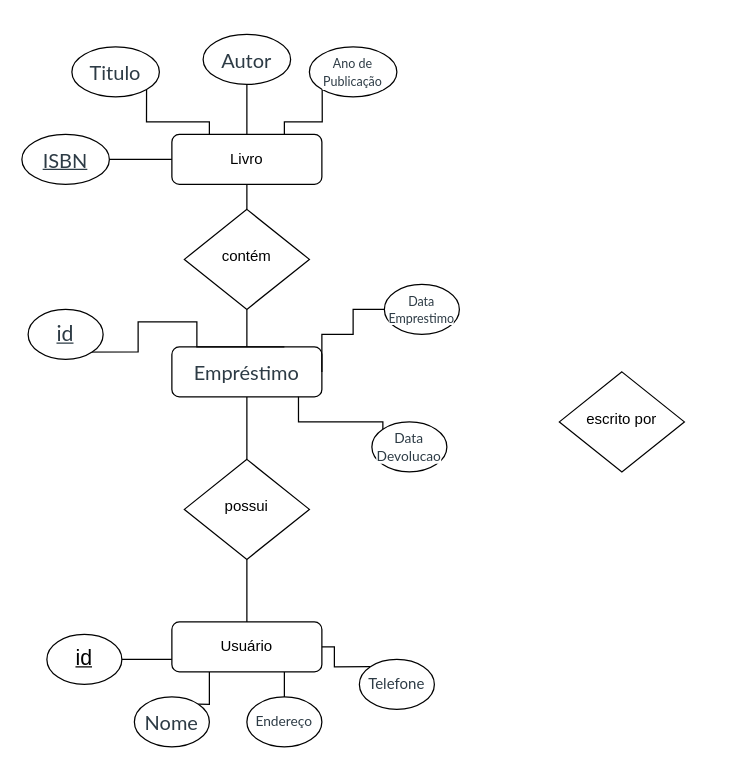
Above: Exercicio3BD.drawio in d0pp3lg4nger/diagrams (draw.io), before the change. Source tidied: cells renumbered, new cells numbered last; positions are measured from the earlier drawing's top-left corner, leaving out a move shared by most shapes. Both pictures are drawn from the tidied source at 125%, with x=0, y=0 at pixel (21, 34).
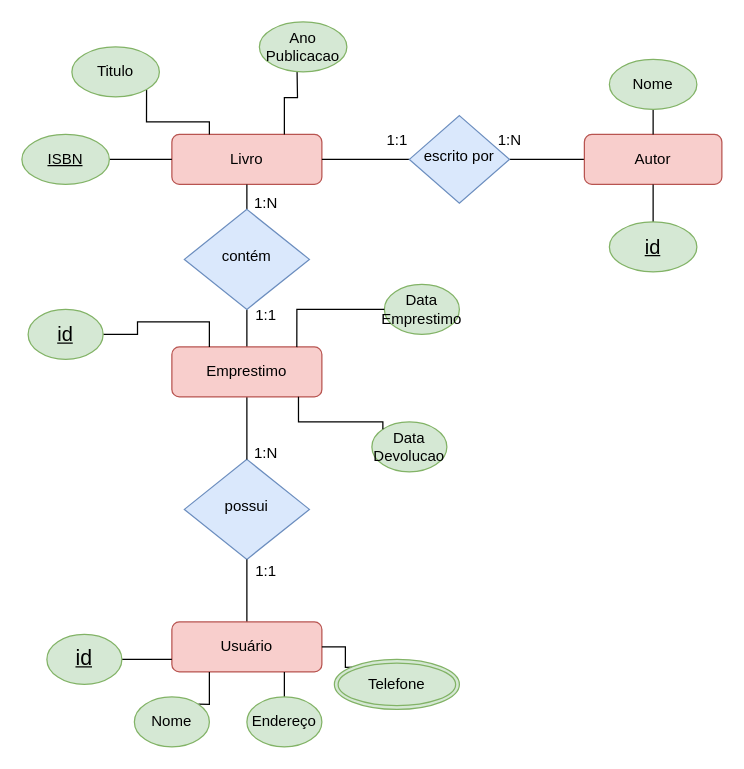
The same diagram, later.

The edit, as a diff of the source:
```diff
@@
-    <mxCell id="2" value="Livro" style="rounded=1;whiteSpace=wrap;html=1;fontSize=12;glass=0;strokeWidth=1;shadow=0;" parent="1" vertex="1">
+    <mxCell id="2" value="Livro" style="rounded=1;whiteSpace=wrap;html=1;fontSize=12;glass=0;strokeWidth=1;shadow=0;fillColor=#f8cecc;strokeColor=#b85450;" parent="1" vertex="1">
       <mxGeometry x="120" y="80" width="120" height="40" as="geometry" />
     </mxCell>
-    <mxCell id="3" value="possui" style="rhombus;whiteSpace=wrap;html=1;shadow=0;fontFamily=Helvetica;fontSize=12;align=center;strokeWidth=1;spacing=6;spacingTop=-4;" parent="1" vertex="1">
+    <mxCell id="3" value="possui" style="rhombus;whiteSpace=wrap;html=1;shadow=0;fontFamily=Helvetica;fontSize=12;align=center;strokeWidth=1;spacing=6;spacingTop=-4;fillColor=#dae8fc;strokeColor=#6c8ebf;" parent="1" vertex="1">
       <mxGeometry x="130" y="340" width="100" height="80" as="geometry" />
     </mxCell>
@@
-    <mxCell id="6" value="&lt;span style=&quot;color: rgb(45, 59, 69); font-family: &amp;quot;Lato Extended&amp;quot;, Lato, &amp;quot;Helvetica Neue&amp;quot;, Helvetica, Arial, sans-serif; font-size: 16px; text-align: start; background-color: rgb(255, 255, 255);&quot;&gt;Empréstimo&lt;/span&gt;" style="rounded=1;whiteSpace=wrap;html=1;fontSize=12;glass=0;strokeWidth=1;shadow=0;" parent="1" vertex="1">
+    <mxCell id="6" value="Emprestimo" style="rounded=1;whiteSpace=wrap;html=1;fontSize=12;glass=0;strokeWidth=1;shadow=0;fillColor=#f8cecc;strokeColor=#b85450;" parent="1" vertex="1">
       <mxGeometry x="120" y="250" width="120" height="40" as="geometry" />
     </mxCell>
@@
-    <mxCell id="8" value="contém" style="rhombus;whiteSpace=wrap;html=1;shadow=0;fontFamily=Helvetica;fontSize=12;align=center;strokeWidth=1;spacing=6;spacingTop=-4;" parent="1" vertex="1">
+    <mxCell id="8" value="contém" style="rhombus;whiteSpace=wrap;html=1;shadow=0;fontFamily=Helvetica;fontSize=12;align=center;strokeWidth=1;spacing=6;spacingTop=-4;fillColor=#dae8fc;strokeColor=#6c8ebf;" parent="1" vertex="1">
       <mxGeometry x="130" y="140" width="100" height="80" as="geometry" />
     </mxCell>
@@
-    <mxCell id="10" value="Usuário" style="rounded=1;whiteSpace=wrap;html=1;fontSize=12;glass=0;strokeWidth=1;shadow=0;" parent="1" vertex="1">
+    <mxCell id="10" value="Usuário" style="rounded=1;whiteSpace=wrap;html=1;fontSize=12;glass=0;strokeWidth=1;shadow=0;fillColor=#f8cecc;strokeColor=#b85450;" parent="1" vertex="1">
       <mxGeometry x="120" y="470" width="120" height="40" as="geometry" />
     </mxCell>
+    <mxCell id="34" style="edgeStyle=orthogonalEdgeStyle;rounded=0;jettySize=auto;html=1;entryX=0;entryY=0.5;entryDx=0;entryDy=0;endArrow=none;endFill=0;" parent="1" edge="1" source="11" target="19">
+      <mxGeometry relative="1" as="geometry" />
+    </mxCell>
+    <mxCell id="35" style="edgeStyle=orthogonalEdgeStyle;rounded=0;jettySize=auto;html=1;entryX=1;entryY=0.5;entryDx=0;entryDy=0;endArrow=none;endFill=0;" parent="1" edge="1" source="11" target="2">
+      <mxGeometry relative="1" as="geometry" />
+    </mxCell>
-    <mxCell id="11" value="escrito por" style="rhombus;whiteSpace=wrap;html=1;shadow=0;fontFamily=Helvetica;fontSize=12;align=center;strokeWidth=1;spacing=6;spacingTop=-4;" parent="1" vertex="1">
-      <mxGeometry x="430" y="270" width="100" height="80" as="geometry" />
+    <mxCell id="11" value="escrito por" style="rhombus;whiteSpace=wrap;html=1;shadow=0;fontFamily=Helvetica;fontSize=12;align=center;strokeWidth=1;spacing=6;spacingTop=-4;fillColor=#dae8fc;strokeColor=#6c8ebf;" parent="1" vertex="1">
+      <mxGeometry x="310" y="65" width="80" height="70" as="geometry" />
     </mxCell>
-    <mxCell id="12" style="edgeStyle=orthogonalEdgeStyle;rounded=0;jettySize=auto;html=1;exitX=0;exitY=1;exitDx=0;exitDy=0;entryX=0.75;entryY=0;entryDx=0;entryDy=0;endArrow=none;endFill=0;" parent="1" edge="1" source="13" target="2">
-      <mxGeometry relative="1" as="geometry" />
+    <mxCell id="12" style="edgeStyle=orthogonalEdgeStyle;rounded=0;jettySize=auto;html=1;entryX=0.75;entryY=0;entryDx=0;entryDy=0;endArrow=none;endFill=0;" parent="1" edge="1" target="2">
+      <mxGeometry relative="1" as="geometry">
+        <mxPoint x="220" y="20" as="sourcePoint" />
+      </mxGeometry>
     </mxCell>
-    <mxCell id="13" value="&lt;span style=&quot;color: rgb(45, 59, 69); font-family: &amp;quot;Lato Extended&amp;quot;, Lato, &amp;quot;Helvetica Neue&amp;quot;, Helvetica, Arial, sans-serif; text-align: start; background-color: rgb(255, 255, 255);&quot;&gt;&lt;font style=&quot;font-size: 10px;&quot;&gt;Ano de Publicação&lt;/font&gt;&lt;/span&gt;" style="ellipse;whiteSpace=wrap;html=1;" parent="1" vertex="1">
-      <mxGeometry x="230" y="10" width="70" height="40" as="geometry" />
+    <mxCell id="13" value="Ano&lt;div&gt;Publicacao&lt;/div&gt;" style="ellipse;whiteSpace=wrap;html=1;fillColor=#d5e8d4;strokeColor=#82b366;" parent="1" vertex="1">
+      <mxGeometry x="190" y="-10" width="70" height="40" as="geometry" />
     </mxCell>
@@
-    <mxCell id="15" value="&lt;span style=&quot;color: rgb(45, 59, 69); font-family: &amp;quot;Lato Extended&amp;quot;, Lato, &amp;quot;Helvetica Neue&amp;quot;, Helvetica, Arial, sans-serif; font-size: 16px; background-color: rgb(255, 255, 255);&quot;&gt;&lt;u&gt;ISBN&lt;/u&gt;&lt;/span&gt;" style="ellipse;whiteSpace=wrap;html=1;align=center;" parent="1" vertex="1">
+    <mxCell id="15" value="&lt;u&gt;ISBN&lt;/u&gt;" style="ellipse;whiteSpace=wrap;html=1;align=center;fillColor=#d5e8d4;strokeColor=#82b366;" parent="1" vertex="1">
       <mxGeometry y="80" width="70" height="40" as="geometry" />
     </mxCell>
@@
-    <mxCell id="17" value="&lt;span style=&quot;color: rgb(45, 59, 69); font-family: &amp;quot;Lato Extended&amp;quot;, Lato, &amp;quot;Helvetica Neue&amp;quot;, Helvetica, Arial, sans-serif; font-size: 16px; text-align: start; background-color: rgb(255, 255, 255);&quot;&gt;Titulo&lt;/span&gt;" style="ellipse;whiteSpace=wrap;html=1;" parent="1" vertex="1">
+    <mxCell id="17" value="Titulo" style="ellipse;whiteSpace=wrap;html=1;fillColor=#d5e8d4;strokeColor=#82b366;" parent="1" vertex="1">
       <mxGeometry x="40" y="10" width="70" height="40" as="geometry" />
     </mxCell>
-    <mxCell id="18" style="edgeStyle=orthogonalEdgeStyle;rounded=0;jettySize=auto;html=1;exitX=0.5;exitY=1;exitDx=0;exitDy=0;entryX=0.5;entryY=0;entryDx=0;entryDy=0;endArrow=none;endFill=0;" parent="1" edge="1" source="19" target="2">
-      <mxGeometry relative="1" as="geometry" />
-    </mxCell>
-    <mxCell id="19" value="&lt;span style=&quot;color: rgb(45, 59, 69); font-family: &amp;quot;Lato Extended&amp;quot;, Lato, &amp;quot;Helvetica Neue&amp;quot;, Helvetica, Arial, sans-serif; font-size: 16px; text-align: start; background-color: rgb(255, 255, 255);&quot;&gt;Autor&lt;/span&gt;" style="ellipse;whiteSpace=wrap;html=1;" parent="1" vertex="1">
-      <mxGeometry x="145" width="70" height="40" as="geometry" />
-    </mxCell>
@@
-    <mxCell id="21" value="&lt;u&gt;&lt;font style=&quot;font-size: 17px;&quot;&gt;id&lt;/font&gt;&lt;/u&gt;" style="ellipse;whiteSpace=wrap;html=1;" parent="1" vertex="1">
+    <mxCell id="21" value="&lt;u&gt;&lt;font style=&quot;font-size: 17px;&quot;&gt;id&lt;/font&gt;&lt;/u&gt;" style="ellipse;whiteSpace=wrap;html=1;fillColor=#d5e8d4;strokeColor=#82b366;" parent="1" vertex="1">
       <mxGeometry x="20" y="480" width="60" height="40" as="geometry" />
     </mxCell>
@@
-    <mxCell id="23" value="&lt;span style=&quot;color: rgb(45, 59, 69); font-family: &amp;quot;Lato Extended&amp;quot;, Lato, &amp;quot;Helvetica Neue&amp;quot;, Helvetica, Arial, sans-serif; font-size: 16px; text-align: start; background-color: rgb(255, 255, 255);&quot;&gt;Nome&lt;/span&gt;" style="ellipse;whiteSpace=wrap;html=1;" parent="1" vertex="1">
+    <mxCell id="23" value="Nome" style="ellipse;whiteSpace=wrap;html=1;fillColor=#d5e8d4;strokeColor=#82b366;" parent="1" vertex="1">
       <mxGeometry x="90" y="530" width="60" height="40" as="geometry" />
     </mxCell>
@@
-    <mxCell id="25" value="&lt;span style=&quot;color: rgb(45, 59, 69); font-family: &amp;quot;Lato Extended&amp;quot;, Lato, &amp;quot;Helvetica Neue&amp;quot;, Helvetica, Arial, sans-serif; text-align: start; background-color: rgb(255, 255, 255); font-size: 11px;&quot;&gt;Endereço&lt;/span&gt;" style="ellipse;whiteSpace=wrap;html=1;" parent="1" vertex="1">
+    <mxCell id="25" value="Endereço" style="ellipse;whiteSpace=wrap;html=1;fillColor=#d5e8d4;strokeColor=#82b366;" parent="1" vertex="1">
       <mxGeometry x="180" y="530" width="60" height="40" as="geometry" />
     </mxCell>
-    <mxCell id="26" style="edgeStyle=orthogonalEdgeStyle;rounded=0;jettySize=auto;html=1;exitX=0;exitY=0;exitDx=0;exitDy=0;entryX=1;entryY=0.5;entryDx=0;entryDy=0;endArrow=none;endFill=0;" parent="1" edge="1" source="27" target="10">
-      <mxGeometry relative="1" as="geometry" />
+    <mxCell id="26" style="edgeStyle=orthogonalEdgeStyle;rounded=0;jettySize=auto;html=1;exitX=0;exitY=0;exitDx=0;exitDy=0;entryX=1;entryY=0.5;entryDx=0;entryDy=0;endArrow=none;endFill=0;" parent="1" edge="1" target="10">
+      <mxGeometry relative="1" as="geometry">
+        <mxPoint x="278.8" y="505.9" as="sourcePoint" />
+      </mxGeometry>
     </mxCell>
-    <mxCell id="27" value="&lt;span style=&quot;color: rgb(45, 59, 69); font-family: &amp;quot;Lato Extended&amp;quot;, Lato, &amp;quot;Helvetica Neue&amp;quot;, Helvetica, Arial, sans-serif; text-align: start; background-color: rgb(255, 255, 255);&quot;&gt;Telefone&lt;/span&gt;" style="ellipse;whiteSpace=wrap;html=1;" parent="1" vertex="1">
-      <mxGeometry x="270" y="500" width="60" height="40" as="geometry" />
-    </mxCell>
-    <mxCell id="28" value="&lt;span style=&quot;color: rgb(45, 59, 69); font-family: &amp;quot;Lato Extended&amp;quot;, Lato, &amp;quot;Helvetica Neue&amp;quot;, Helvetica, Arial, sans-serif; text-align: start; background-color: rgb(255, 255, 255); font-size: 11px;&quot;&gt;&lt;font style=&quot;font-size: 11px;&quot;&gt;Data&lt;/font&gt;&lt;/span&gt;&lt;div style=&quot;font-size: 11px;&quot;&gt;&lt;span style=&quot;color: rgb(45, 59, 69); font-family: &amp;quot;Lato Extended&amp;quot;, Lato, &amp;quot;Helvetica Neue&amp;quot;, Helvetica, Arial, sans-serif; text-align: start; background-color: rgb(255, 255, 255);&quot;&gt;&lt;font style=&quot;font-size: 11px;&quot;&gt;Devolucao&lt;/font&gt;&lt;/span&gt;&lt;/div&gt;" style="ellipse;whiteSpace=wrap;html=1;" parent="1" vertex="1">
+    <mxCell id="28" value="Data&lt;div&gt;Devolucao&lt;/div&gt;" style="ellipse;whiteSpace=wrap;html=1;fillColor=#d5e8d4;strokeColor=#82b366;" parent="1" vertex="1">
       <mxGeometry x="280" y="310" width="60" height="40" as="geometry" />
     </mxCell>
-    <mxCell id="29" style="edgeStyle=orthogonalEdgeStyle;rounded=0;jettySize=auto;html=1;exitX=0;exitY=0.5;exitDx=0;exitDy=0;entryX=1;entryY=0.5;entryDx=0;entryDy=0;endArrow=none;endFill=0;" parent="1" edge="1" source="30" target="6">
-      <mxGeometry relative="1" as="geometry">
-        <Array as="points">
-          <mxPoint x="265" y="220" />
-          <mxPoint x="265" y="240" />
-          <mxPoint x="240" y="240" />
-        </Array>
-      </mxGeometry>
-    </mxCell>
-    <mxCell id="30" value="&lt;span style=&quot;color: rgb(45, 59, 69); font-family: &amp;quot;Lato Extended&amp;quot;, Lato, &amp;quot;Helvetica Neue&amp;quot;, Helvetica, Arial, sans-serif; text-align: start; background-color: rgb(255, 255, 255); font-size: 10px;&quot;&gt;&lt;font style=&quot;font-size: 10px;&quot;&gt;Data&lt;/font&gt;&lt;/span&gt;&lt;div style=&quot;font-size: 10px;&quot;&gt;&lt;span style=&quot;color: rgb(45, 59, 69); font-family: &amp;quot;Lato Extended&amp;quot;, Lato, &amp;quot;Helvetica Neue&amp;quot;, Helvetica, Arial, sans-serif; text-align: start; background-color: rgb(255, 255, 255);&quot;&gt;&lt;font style=&quot;font-size: 10px;&quot;&gt;Emprestimo&lt;/font&gt;&lt;/span&gt;&lt;/div&gt;" style="ellipse;whiteSpace=wrap;html=1;" parent="1" vertex="1">
+    <mxCell id="30" value="Data&lt;div&gt;Emprestimo&lt;/div&gt;" style="ellipse;whiteSpace=wrap;html=1;fillColor=#d5e8d4;strokeColor=#82b366;" parent="1" vertex="1">
       <mxGeometry x="290" y="200" width="60" height="40" as="geometry" />
     </mxCell>
-    <mxCell id="31" style="edgeStyle=orthogonalEdgeStyle;rounded=0;jettySize=auto;html=1;exitX=0;exitY=1;exitDx=0;exitDy=0;entryX=0.75;entryY=0;entryDx=0;entryDy=0;endArrow=none;endFill=0;" parent="1" edge="1" source="32" target="6">
-      <mxGeometry relative="1" as="geometry">
-        <Array as="points">
-          <mxPoint x="93" y="254" />
-          <mxPoint x="93" y="230" />
-          <mxPoint x="140" y="230" />
-          <mxPoint x="140" y="250" />
-        </Array>
-      </mxGeometry>
+    <mxCell id="31" style="edgeStyle=orthogonalEdgeStyle;rounded=0;jettySize=auto;html=1;exitX=1;exitY=0.5;exitDx=0;exitDy=0;entryX=0.25;entryY=0;entryDx=0;entryDy=0;endArrow=none;endFill=0;" parent="1" edge="1" source="32" target="6">
+      <mxGeometry relative="1" as="geometry" />
     </mxCell>
-    <mxCell id="32" value="&lt;span style=&quot;color: rgb(45, 59, 69); font-family: &amp;quot;Lato Extended&amp;quot;, Lato, &amp;quot;Helvetica Neue&amp;quot;, Helvetica, Arial, sans-serif; text-align: start; background-color: rgb(255, 255, 255);&quot;&gt;&lt;u&gt;&lt;font style=&quot;font-size: 17px;&quot;&gt;id&lt;/font&gt;&lt;/u&gt;&lt;/span&gt;" style="ellipse;whiteSpace=wrap;html=1;" parent="1" vertex="1">
+    <mxCell id="32" value="&lt;u&gt;&lt;font style=&quot;font-size: 16px;&quot;&gt;id&lt;/font&gt;&lt;/u&gt;" style="ellipse;whiteSpace=wrap;html=1;fillColor=#d5e8d4;strokeColor=#82b366;" parent="1" vertex="1">
       <mxGeometry x="5" y="220" width="60" height="40" as="geometry" />
     </mxCell>
@@
+    <mxCell id="19" value="Autor" style="rounded=1;whiteSpace=wrap;html=1;fillColor=#f8cecc;strokeColor=#b85450;" parent="1" vertex="1">
+      <mxGeometry x="450" y="80" width="110" height="40" as="geometry" />
+    </mxCell>
+    <mxCell id="36" style="edgeStyle=orthogonalEdgeStyle;rounded=0;jettySize=auto;html=1;endArrow=none;endFill=0;" parent="1" edge="1" source="37" target="19">
+      <mxGeometry relative="1" as="geometry" />
+    </mxCell>
+    <mxCell id="37" value="Nome" style="ellipse;whiteSpace=wrap;html=1;fillColor=#d5e8d4;strokeColor=#82b366;" parent="1" vertex="1">
+      <mxGeometry x="470" y="20" width="70" height="40" as="geometry" />
+    </mxCell>
+    <mxCell id="38" style="edgeStyle=orthogonalEdgeStyle;rounded=0;jettySize=auto;html=1;exitX=0.5;exitY=0;exitDx=0;exitDy=0;endArrow=none;endFill=0;" parent="1" edge="1" source="39" target="19">
+      <mxGeometry relative="1" as="geometry" />
+    </mxCell>
+    <mxCell id="39" value="&lt;u&gt;&lt;font style=&quot;font-size: 16px;&quot;&gt;id&lt;/font&gt;&lt;/u&gt;" style="ellipse;whiteSpace=wrap;html=1;fillColor=#d5e8d4;strokeColor=#82b366;" parent="1" vertex="1">
+      <mxGeometry x="470" y="150" width="70" height="40" as="geometry" />
+    </mxCell>
+    <mxCell id="27" value="Telefone" style="ellipse;shape=doubleEllipse;margin=3;whiteSpace=wrap;html=1;align=center;fillColor=#d5e8d4;strokeColor=#82b366;" parent="1" vertex="1">
+      <mxGeometry x="250" y="500" width="100" height="40" as="geometry" />
+    </mxCell>
+    <mxCell id="29" style="edgeStyle=orthogonalEdgeStyle;rounded=0;jettySize=auto;html=1;exitX=0;exitY=0.5;exitDx=0;exitDy=0;entryX=0.833;entryY=0.005;entryDx=0;entryDy=0;entryPerimeter=0;endArrow=none;endFill=0;" parent="1" edge="1" source="30" target="6">
+      <mxGeometry relative="1" as="geometry" />
+    </mxCell>
+    <mxCell id="40" value="1:1" style="text;html=1;align=center;verticalAlign=middle;strokeColor=none;fillColor=none;" parent="1" vertex="1">
+      <mxGeometry x="175" y="415" width="40" height="30" as="geometry" />
+    </mxCell>
+    <mxCell id="41" value="1:N" style="text;html=1;align=center;verticalAlign=middle;strokeColor=none;fillColor=none;" parent="1" vertex="1">
+      <mxGeometry x="175" y="320" width="40" height="30" as="geometry" />
+    </mxCell>
+    <mxCell id="42" value="1:1" style="text;html=1;align=center;verticalAlign=middle;strokeColor=none;fillColor=none;" parent="1" vertex="1">
+      <mxGeometry x="175" y="210" width="40" height="30" as="geometry" />
+    </mxCell>
+    <mxCell id="43" value="1:N" style="text;html=1;align=center;verticalAlign=middle;strokeColor=none;fillColor=none;" parent="1" vertex="1">
+      <mxGeometry x="175" y="120" width="40" height="30" as="geometry" />
+    </mxCell>
+    <mxCell id="44" value="1:1" style="text;html=1;align=center;verticalAlign=middle;strokeColor=none;fillColor=none;" parent="1" vertex="1">
+      <mxGeometry x="280" y="70" width="40" height="30" as="geometry" />
+    </mxCell>
+    <mxCell id="45" value="1:N" style="text;html=1;align=center;verticalAlign=middle;strokeColor=none;fillColor=none;" parent="1" vertex="1">
+      <mxGeometry x="370" y="70" width="40" height="30" as="geometry" />
+    </mxCell>
```
